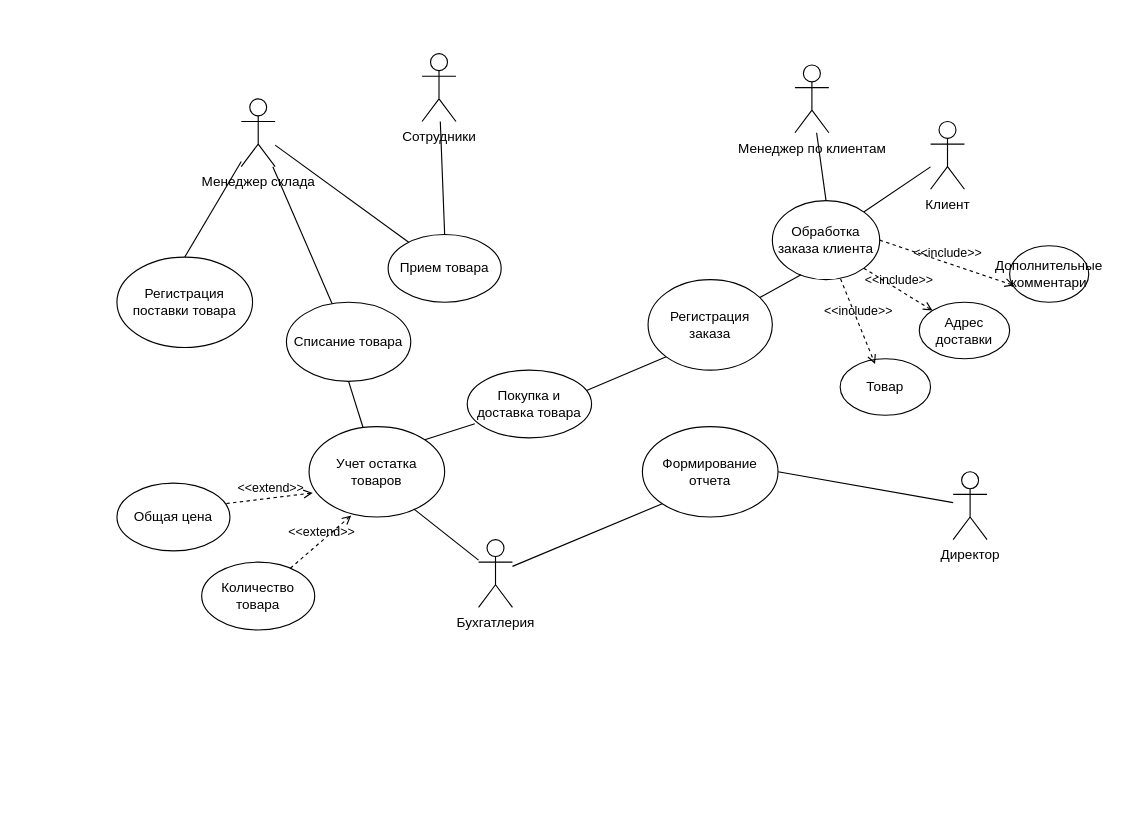
The draw.io diagram Практика 11.01/UML/Человечки.drawio in Mirasali-1/Ychebnaya_Praktika, before the edit. Source tidied: cells renumbered, new cells numbered last; positions are measured from the earlier drawing's top-left corner, leaving out a move shared by most shapes. Both pictures are drawn from the tidied source at 113%, with x=0, y=0 at pixel (116, 53).
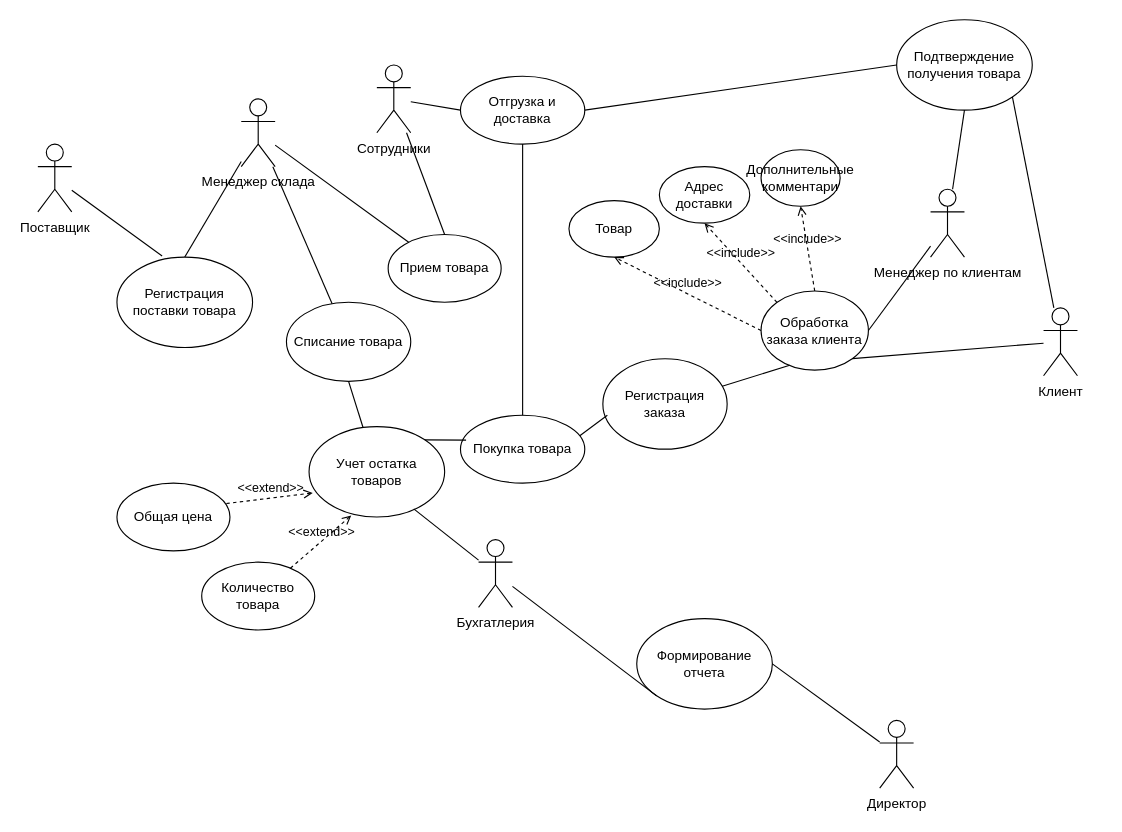
The same page after the edit.

The change refers to these unchanged cells:
```xml
<mxCell id="10" value="Регистрация поставки товара" style="ellipse;whiteSpace=wrap;html=1;" parent="1" vertex="1">
  <mxGeometry y="180" width="120" height="80" as="geometry" />
</mxCell>
<mxCell id="28" value="Учет остатка товаров" style="ellipse;whiteSpace=wrap;html=1;" parent="1" vertex="1">
  <mxGeometry x="170" y="330" width="120" height="80" as="geometry" />
</mxCell>
```

The edit, as a diff of the source:
```diff
@@
     <mxCell id="3" value="Менеджер по клиентам" style="shape=umlActor;verticalLabelPosition=bottom;verticalAlign=top;html=1;outlineConnect=0;" parent="1" vertex="1">
-      <mxGeometry x="600" y="10" width="30" height="60" as="geometry" />
+      <mxGeometry x="720" y="120" width="30" height="60" as="geometry" />
     </mxCell>
@@
     <mxCell id="5" value="Директор" style="shape=umlActor;verticalLabelPosition=bottom;verticalAlign=top;html=1;outlineConnect=0;" parent="1" vertex="1">
-      <mxGeometry x="740" y="370" width="30" height="60" as="geometry" />
+      <mxGeometry x="675" y="590" width="30" height="60" as="geometry" />
     </mxCell>
     <mxCell id="6" value="Клиент" style="shape=umlActor;verticalLabelPosition=bottom;verticalAlign=top;html=1;outlineConnect=0;" parent="1" vertex="1">
-      <mxGeometry x="720" y="60" width="30" height="60" as="geometry" />
+      <mxGeometry x="820" y="225" width="30" height="60" as="geometry" />
     </mxCell>
     <mxCell id="7" value="Сотрудники" style="shape=umlActor;verticalLabelPosition=bottom;verticalAlign=top;html=1;outlineConnect=0;" parent="1" vertex="1">
-      <mxGeometry x="270" width="30" height="60" as="geometry" />
+      <mxGeometry x="230" y="10" width="30" height="60" as="geometry" />
     </mxCell>
     <mxCell id="8" value="Обработка заказа клиента" style="ellipse;whiteSpace=wrap;html=1;" parent="1" vertex="1">
-      <mxGeometry x="580" y="130" width="95" height="70" as="geometry" />
+      <mxGeometry x="570" y="210" width="95" height="70" as="geometry" />
     </mxCell>
     <mxCell id="9" value="Регистрация заказа" style="ellipse;whiteSpace=wrap;html=1;" parent="1" vertex="1">
-      <mxGeometry x="470" y="200" width="110" height="80" as="geometry" />
+      <mxGeometry x="430" y="270" width="110" height="80" as="geometry" />
     </mxCell>
@@
-    <mxCell id="12" style="endArrow=none;html=1;rounded=0;entryX=1;entryY=0;entryDx=0;entryDy=0;" parent="1" edge="1" source="6" target="8">
+    <mxCell id="12" style="endArrow=none;html=1;rounded=0;entryX=1;entryY=1;entryDx=0;entryDy=0;" parent="1" edge="1" source="6" target="8">
       <mxGeometry relative="1" as="geometry" />
     </mxCell>
-    <mxCell id="13" style="endArrow=none;html=1;rounded=0;entryX=0.5;entryY=0;entryDx=0;entryDy=0;" parent="1" edge="1" source="3" target="8">
+    <mxCell id="13" style="endArrow=none;html=1;rounded=0;entryX=1;entryY=0.5;entryDx=0;entryDy=0;" parent="1" edge="1" source="3" target="8">
       <mxGeometry relative="1" as="geometry" />
     </mxCell>
@@
     <mxCell id="15" value="Адрес доставки" style="ellipse;whiteSpace=wrap;html=1;" parent="1" vertex="1">
-      <mxGeometry x="710" y="220" width="80" height="50" as="geometry" />
+      <mxGeometry x="480" y="100" width="80" height="50" as="geometry" />
     </mxCell>
     <mxCell id="16" value="Товар" style="ellipse;whiteSpace=wrap;html=1;" parent="1" vertex="1">
-      <mxGeometry x="640" y="270" width="80" height="50" as="geometry" />
+      <mxGeometry x="400" y="130" width="80" height="50" as="geometry" />
     </mxCell>
     <mxCell id="17" value="Дополнительные комментари" style="ellipse;whiteSpace=wrap;html=1;" parent="1" vertex="1">
-      <mxGeometry x="790" y="170" width="70" height="50" as="geometry" />
+      <mxGeometry x="570" y="85" width="70" height="50" as="geometry" />
     </mxCell>
@@
     <mxCell id="21" value="Формирование отчета" style="ellipse;whiteSpace=wrap;html=1;" parent="1" vertex="1">
-      <mxGeometry x="465" y="330" width="120" height="80" as="geometry" />
+      <mxGeometry x="460" y="500" width="120" height="80" as="geometry" />
     </mxCell>
@@
-    <mxCell id="23" value="Покупка и доставка товара" style="ellipse;whiteSpace=wrap;html=1;" parent="1" vertex="1">
-      <mxGeometry x="310" y="280" width="110" height="60" as="geometry" />
+    <mxCell id="23" value="Покупка товара" style="ellipse;whiteSpace=wrap;html=1;" parent="1" vertex="1">
+      <mxGeometry x="304" y="320" width="110" height="60" as="geometry" />
     </mxCell>
-    <mxCell id="24" style="endArrow=none;html=1;rounded=0;entryX=0;entryY=1;entryDx=0;entryDy=0;exitX=0.96;exitY=0.302;exitDx=0;exitDy=0;exitPerimeter=0;" parent="1" edge="1" source="23" target="9">
+    <mxCell id="24" style="endArrow=none;html=1;rounded=0;entryX=0.036;entryY=0.625;entryDx=0;entryDy=0;exitX=0.96;exitY=0.302;exitDx=0;exitDy=0;exitPerimeter=0;entryPerimeter=0;" parent="1" edge="1" source="23" target="9">
       <mxGeometry relative="1" as="geometry" />
     </mxCell>
@@
-    <mxCell id="29" value="&amp;lt;&amp;lt;include&amp;gt;&amp;gt;" style="html=1;verticalAlign=bottom;labelBackgroundColor=none;endArrow=open;endFill=0;dashed=1;rounded=0;exitX=0.635;exitY=0.99;exitDx=0;exitDy=0;exitPerimeter=0;entryX=0.386;entryY=0.092;entryDx=0;entryDy=0;entryPerimeter=0;" parent="1" edge="1" source="8" target="16">
+    <mxCell id="29" value="&amp;lt;&amp;lt;include&amp;gt;&amp;gt;" style="html=1;verticalAlign=bottom;labelBackgroundColor=none;endArrow=open;endFill=0;dashed=1;rounded=0;exitX=0;exitY=0.5;exitDx=0;exitDy=0;entryX=0.5;entryY=1;entryDx=0;entryDy=0;" parent="1" edge="1" source="8" target="16">
       <mxGeometry relative="1" as="geometry" />
     </mxCell>
-    <mxCell id="30" value="&amp;lt;&amp;lt;include&amp;gt;&amp;gt;" style="html=1;verticalAlign=bottom;labelBackgroundColor=none;endArrow=open;endFill=0;dashed=1;rounded=0;exitX=1;exitY=1;exitDx=0;exitDy=0;entryX=0;entryY=0;entryDx=0;entryDy=0;" parent="1" edge="1" source="8" target="15">
+    <mxCell id="30" value="&amp;lt;&amp;lt;include&amp;gt;&amp;gt;" style="html=1;verticalAlign=bottom;labelBackgroundColor=none;endArrow=open;endFill=0;dashed=1;rounded=0;exitX=0;exitY=0;exitDx=0;exitDy=0;entryX=0.5;entryY=1;entryDx=0;entryDy=0;" parent="1" edge="1" source="8" target="15">
       <mxGeometry relative="1" as="geometry" />
     </mxCell>
-    <mxCell id="31" value="&amp;lt;&amp;lt;include&amp;gt;&amp;gt;" style="html=1;verticalAlign=bottom;labelBackgroundColor=none;endArrow=open;endFill=0;dashed=1;rounded=0;exitX=1;exitY=0.5;exitDx=0;exitDy=0;entryX=0.055;entryY=0.704;entryDx=0;entryDy=0;entryPerimeter=0;" parent="1" edge="1" source="8" target="17">
+    <mxCell id="31" value="&amp;lt;&amp;lt;include&amp;gt;&amp;gt;" style="html=1;verticalAlign=bottom;labelBackgroundColor=none;endArrow=open;endFill=0;dashed=1;rounded=0;exitX=0.5;exitY=0;exitDx=0;exitDy=0;entryX=0.5;entryY=1;entryDx=0;entryDy=0;" parent="1" edge="1" source="8" target="17">
       <mxGeometry relative="1" as="geometry" />
     </mxCell>
-    <mxCell id="32" style="endArrow=none;html=1;rounded=0;exitX=1;exitY=0;exitDx=0;exitDy=0;entryX=0.061;entryY=0.792;entryDx=0;entryDy=0;entryPerimeter=0;" parent="1" edge="1" source="28" target="23">
+    <mxCell id="32" style="endArrow=none;html=1;rounded=0;exitX=1;exitY=0;exitDx=0;exitDy=0;entryX=0.045;entryY=0.367;entryDx=0;entryDy=0;entryPerimeter=0;" parent="1" edge="1" source="28" target="23">
       <mxGeometry relative="1" as="geometry" />
     </mxCell>
@@
+    <mxCell id="39" value="Поставщик" style="shape=umlActor;verticalLabelPosition=bottom;verticalAlign=top;html=1;outlineConnect=0;" parent="1" vertex="1">
+      <mxGeometry x="-70" y="80" width="30" height="60" as="geometry" />
+    </mxCell>
+    <mxCell id="40" style="endArrow=none;html=1;rounded=0;exitX=0.333;exitY=-0.012;exitDx=0;exitDy=0;exitPerimeter=0;" parent="1" edge="1" source="10" target="39">
+      <mxGeometry relative="1" as="geometry" />
+    </mxCell>
+    <mxCell id="41" value="Отгрузка и доставка" style="ellipse;whiteSpace=wrap;html=1;" parent="1" vertex="1">
+      <mxGeometry x="304" y="20" width="110" height="60" as="geometry" />
+    </mxCell>
+    <mxCell id="42" style="endArrow=none;html=1;rounded=0;exitX=0.5;exitY=0;exitDx=0;exitDy=0;entryX=0.5;entryY=1;entryDx=0;entryDy=0;" parent="1" edge="1" source="23" target="41">
+      <mxGeometry relative="1" as="geometry" />
+    </mxCell>
+    <mxCell id="43" value="Подтверждение получения товара" style="ellipse;whiteSpace=wrap;html=1;" parent="1" vertex="1">
+      <mxGeometry x="690" y="-30" width="120" height="80" as="geometry" />
+    </mxCell>
+    <mxCell id="44" style="endArrow=none;html=1;rounded=0;exitX=1;exitY=0.5;exitDx=0;exitDy=0;entryX=0;entryY=0.5;entryDx=0;entryDy=0;" parent="1" edge="1" source="41" target="43">
+      <mxGeometry relative="1" as="geometry" />
+    </mxCell>
+    <mxCell id="45" style="endArrow=none;html=1;rounded=0;entryX=0;entryY=0.5;entryDx=0;entryDy=0;" parent="1" edge="1" source="7" target="41">
+      <mxGeometry relative="1" as="geometry" />
+    </mxCell>
+    <mxCell id="46" style="endArrow=none;html=1;rounded=0;entryX=0.5;entryY=1;entryDx=0;entryDy=0;" parent="1" edge="1" source="3" target="43">
+      <mxGeometry relative="1" as="geometry" />
+    </mxCell>
+    <mxCell id="47" style="endArrow=none;html=1;rounded=0;entryX=1;entryY=1;entryDx=0;entryDy=0;" parent="1" edge="1" source="6" target="43">
+      <mxGeometry relative="1" as="geometry" />
+    </mxCell>
```
